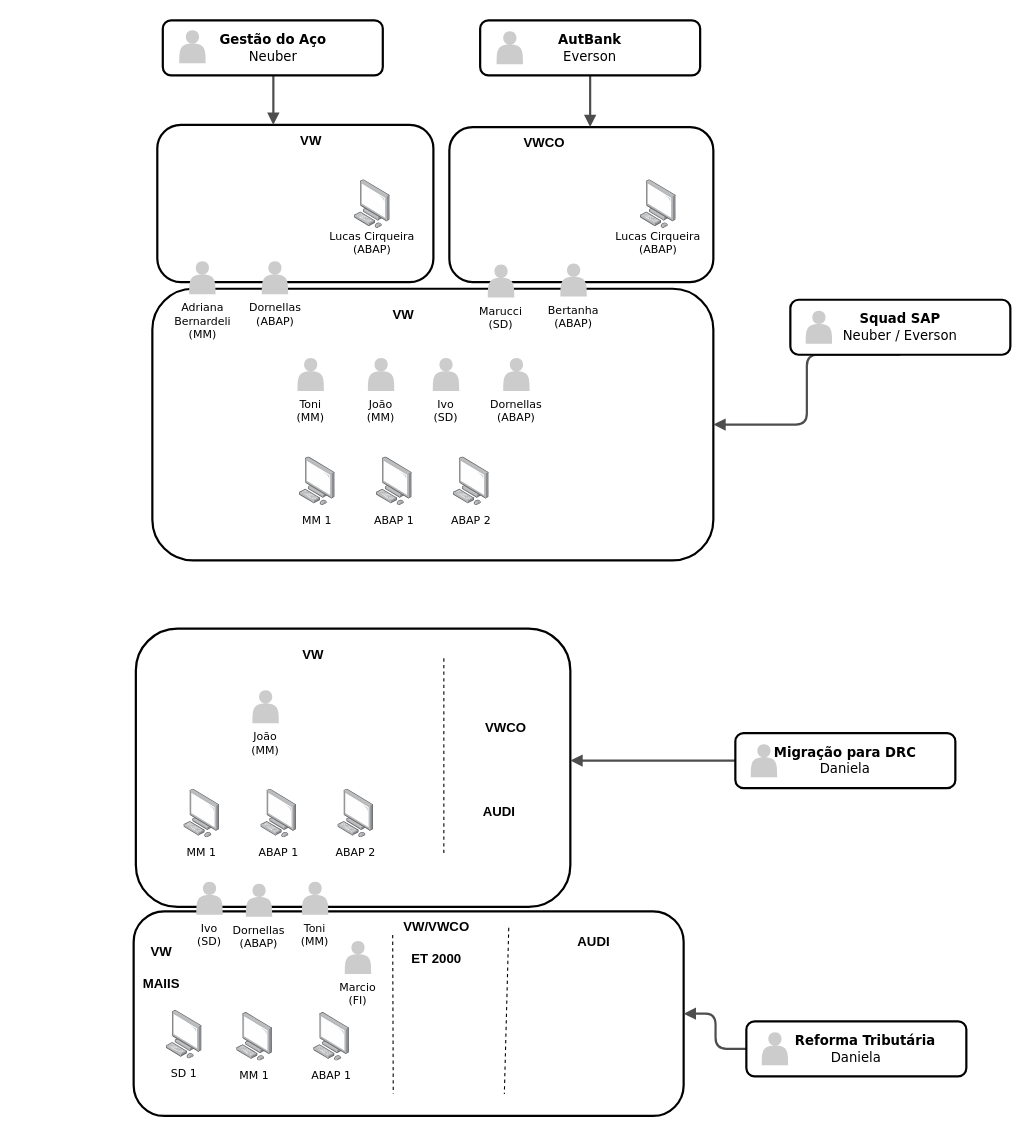
The draw.io diagram Diagrama sem nome.drawio in leo-odilon/draw.io, before the edit. Source tidied: cells renumbered, new cells numbered last; positions are measured from the earlier drawing's top-left corner, leaving out a move shared by most shapes. Both pictures are drawn from the tidied source at 110%, with x=0, y=0 at pixel (106, 20).
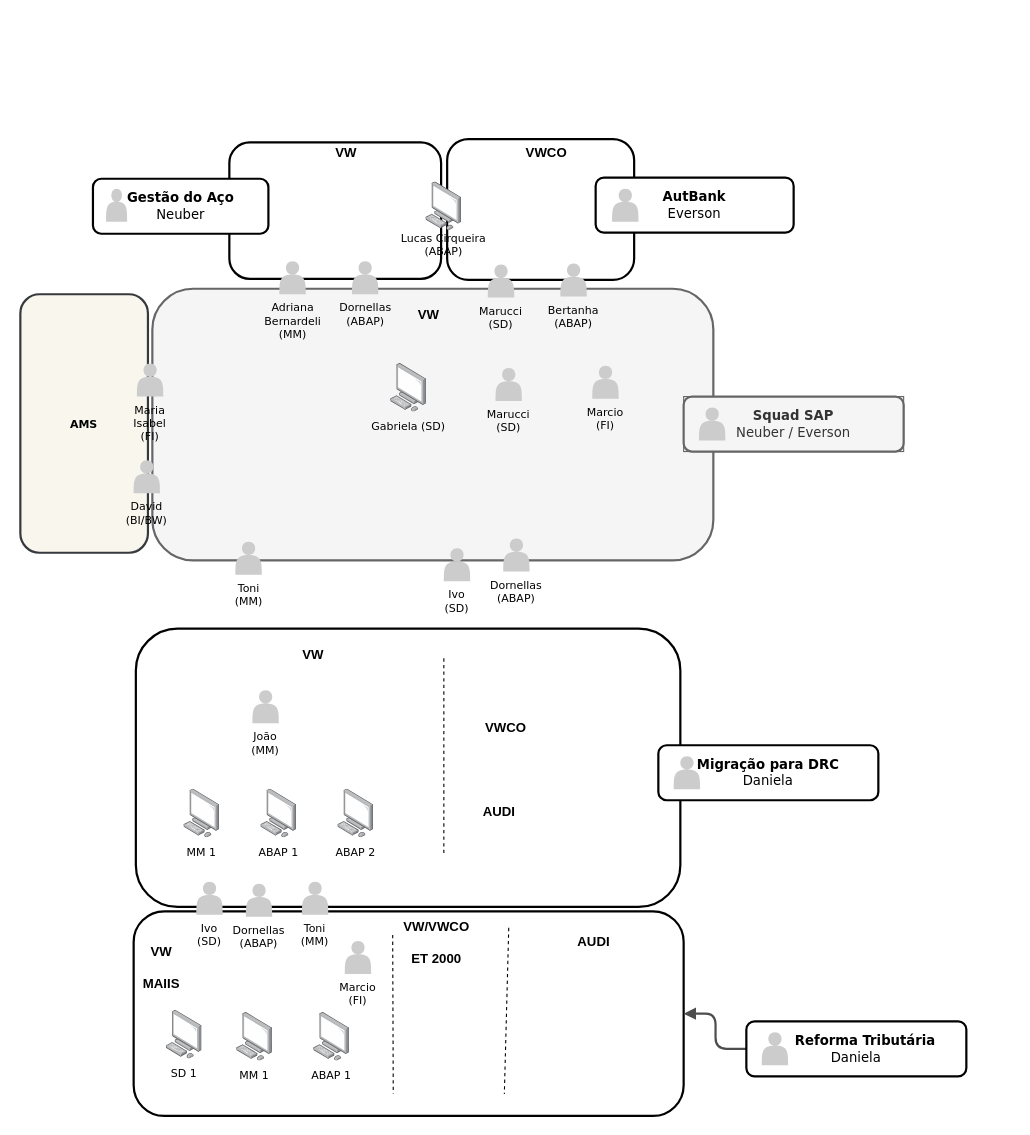
The same page after the edit.

Unchanged cells that the change refers to:
```xml
<mxCell id="80" value="&lt;span&gt;Migração para DRC&lt;/span&gt;&lt;div&gt;&lt;span style=&quot;font-weight: normal&quot;&gt;Daniela&lt;/span&gt;&lt;/div&gt;" style="whiteSpace=wrap;html=1;rounded=1;shadow=0;comic=0;strokeWidth=2;fontFamily=Verdana;align=center;fontSize=12;fontStyle=1;" parent="79" vertex="1">
  <mxGeometry width="200" height="50" as="geometry" />
</mxCell>
```

The edit, as a diff of the source:
```diff
@@
+    <mxCell id="85" value="AMS" style="whiteSpace=wrap;html=1;rounded=1;shadow=0;comic=0;strokeWidth=2;fontFamily=Verdana;align=center;fontSize=10;fontStyle=1;fillColor=#f9f7ed;strokeColor=#36393d;" parent="1" vertex="1">
+      <mxGeometry x="-78" y="249" width="116" height="235" as="geometry" />
+    </mxCell>
@@
     <mxCell id="11" style="whiteSpace=wrap;html=1;rounded=1;shadow=0;comic=0;strokeWidth=2;fontFamily=Verdana;align=center;fontSize=10;" parent="1" vertex="1">
-      <mxGeometry x="27" y="553" width="395" height="253" as="geometry" />
+      <mxGeometry x="27" y="553" width="495" height="253" as="geometry" />
     </mxCell>
@@
-    <mxCell id="22" style="edgeStyle=elbowEdgeStyle;rounded=1;html=1;labelBackgroundColor=none;endArrow=block;endFill=1;strokeColor=#4D4D4D;strokeWidth=2;fontFamily=Verdana;fontSize=10;exitX=0;exitY=0.5;exitDx=0;exitDy=0;entryX=1;entryY=0.474;entryDx=0;entryDy=0;entryPerimeter=0;" parent="1" edge="1" source="80" target="11">
-      <mxGeometry relative="1" as="geometry" />
-    </mxCell>
@@
-    <mxCell id="36" style="whiteSpace=wrap;html=1;rounded=1;shadow=0;comic=0;strokeWidth=2;fontFamily=Verdana;align=center;fontSize=10;" parent="1" vertex="1">
+    <mxCell id="36" style="whiteSpace=wrap;html=1;rounded=1;shadow=0;comic=0;strokeWidth=2;fontFamily=Verdana;align=center;fontSize=10;fillColor=#f5f5f5;fontColor=#333333;strokeColor=#666666;" parent="1" vertex="1">
       <mxGeometry x="42" y="244" width="510" height="247" as="geometry" />
     </mxCell>
     <mxCell id="37" value="Toni (MM)" style="shape=actor;whiteSpace=wrap;html=1;rounded=0;shadow=0;comic=0;strokeWidth=1;fillColor=#CCCCCC;fontFamily=Verdana;align=center;strokeColor=none;labelPosition=center;verticalLabelPosition=bottom;verticalAlign=top;fontSize=10;" parent="1" vertex="1">
-      <mxGeometry x="174" y="307" width="24" height="30" as="geometry" />
+      <mxGeometry x="117.5" y="474" width="24" height="30" as="geometry" />
     </mxCell>
-    <mxCell id="38" value="João (MM)" style="shape=actor;whiteSpace=wrap;html=1;rounded=0;shadow=0;comic=0;strokeWidth=1;fillColor=#CCCCCC;fontFamily=Verdana;align=center;strokeColor=none;labelPosition=center;verticalLabelPosition=bottom;verticalAlign=top;fontSize=10;" parent="1" vertex="1">
-      <mxGeometry x="238" y="307" width="24" height="30" as="geometry" />
+    <mxCell id="38" value="Marcio (FI)" style="shape=actor;whiteSpace=wrap;html=1;rounded=0;shadow=0;comic=0;strokeWidth=1;fillColor=#CCCCCC;fontFamily=Verdana;align=center;strokeColor=none;labelPosition=center;verticalLabelPosition=bottom;verticalAlign=top;fontSize=10;" parent="1" vertex="1">
+      <mxGeometry x="442" y="314" width="24" height="30" as="geometry" />
     </mxCell>
-    <mxCell id="39" value="Ivo (SD)" style="shape=actor;whiteSpace=wrap;html=1;rounded=0;shadow=0;comic=0;strokeWidth=1;fillColor=#CCCCCC;fontFamily=Verdana;align=center;strokeColor=none;labelPosition=center;verticalLabelPosition=bottom;verticalAlign=top;fontSize=10;" parent="1" vertex="1">
-      <mxGeometry x="297" y="307" width="24" height="30" as="geometry" />
-    </mxCell>
     <mxCell id="40" style="whiteSpace=wrap;html=1;rounded=1;shadow=0;comic=0;strokeWidth=2;fontFamily=Verdana;align=center;fontSize=10;" parent="1" vertex="1">
-      <mxGeometry x="46.5" y="95" width="251" height="143" as="geometry" />
+      <mxGeometry x="112" y="111" width="192.5" height="124" as="geometry" />
     </mxCell>
-    <mxCell id="41" style="edgeStyle=elbowEdgeStyle;rounded=1;html=1;labelBackgroundColor=none;endArrow=block;endFill=1;strokeColor=#4D4D4D;strokeWidth=2;fontFamily=Verdana;fontSize=10;" parent="1" edge="1" source="66" target="40">
-      <mxGeometry relative="1" as="geometry" />
-    </mxCell>
     <mxCell id="42" value="&lt;font style=&quot;font-size: 12px;&quot;&gt;VW&lt;br&gt;&lt;/font&gt;" style="text;strokeColor=none;fillColor=none;html=1;fontSize=24;fontStyle=1;verticalAlign=middle;align=center;" parent="1" vertex="1">
-      <mxGeometry x="135.5" y="86" width="100" height="40" as="geometry" />
+      <mxGeometry x="168" y="97" width="100" height="40" as="geometry" />
     </mxCell>
-    <mxCell id="43" style="edgeStyle=elbowEdgeStyle;rounded=1;html=1;labelBackgroundColor=none;endArrow=block;endFill=1;strokeColor=#4D4D4D;strokeWidth=2;fontFamily=Verdana;fontSize=10;exitX=0.5;exitY=1;exitDx=0;exitDy=0;entryX=1;entryY=0.5;entryDx=0;entryDy=0;" parent="1" edge="1" source="72" target="36">
-      <mxGeometry relative="1" as="geometry" />
-    </mxCell>
     <mxCell id="44" value="Dornellas (ABAP)" style="shape=actor;whiteSpace=wrap;html=1;rounded=0;shadow=0;comic=0;strokeWidth=1;fillColor=#CCCCCC;fontFamily=Verdana;align=center;strokeColor=none;labelPosition=center;verticalLabelPosition=bottom;verticalAlign=top;fontSize=10;" parent="1" vertex="1">
-      <mxGeometry x="361" y="307" width="24" height="30" as="geometry" />
+      <mxGeometry x="361" y="471" width="24" height="30" as="geometry" />
     </mxCell>
     <mxCell id="45" style="group;" parent="1" vertex="1">
-      <mxGeometry x="147" y="397" width="90" height="69.2" as="geometry" />
+      <mxGeometry x="230" y="312" width="90" height="69.2" as="geometry" />
     </mxCell>
-    <mxCell id="46" value="MM 1" style="text;html=1;strokeColor=none;fillColor=none;align=center;verticalAlign=middle;whiteSpace=wrap;rounded=1;shadow=0;comic=0;fontFamily=Verdana;fontSize=10;" parent="45" vertex="1">
+    <mxCell id="46" value="Gabriela (SD)" style="text;html=1;strokeColor=none;fillColor=none;align=center;verticalAlign=middle;whiteSpace=wrap;rounded=1;shadow=0;comic=0;fontFamily=Verdana;fontSize=10;" parent="45" vertex="1">
       <mxGeometry y="44.2" width="90" height="25" as="geometry" />
     </mxCell>
@@
-    <mxCell id="48" style="group;" parent="1" vertex="1">
-      <mxGeometry x="217" y="397" width="90" height="69.2" as="geometry" />
-    </mxCell>
-    <mxCell id="49" value="ABAP 1" style="text;html=1;strokeColor=none;fillColor=none;align=center;verticalAlign=middle;whiteSpace=wrap;rounded=1;shadow=0;comic=0;fontFamily=Verdana;fontSize=10;" parent="48" vertex="1">
-      <mxGeometry y="44.2" width="90" height="25" as="geometry" />
-    </mxCell>
-    <mxCell id="50" style="image;html=1;align=center;shadow=0;dashed=0;image=img/lib/allied_telesis/computer_and_terminals/Personal_Computer.svg;" parent="48" vertex="1">
-      <mxGeometry x="28.7" width="32.6" height="44.2" as="geometry" />
-    </mxCell>
-    <mxCell id="51" style="group;" parent="1" vertex="1">
-      <mxGeometry x="287" y="397" width="90" height="69.2" as="geometry" />
-    </mxCell>
-    <mxCell id="52" value="ABAP 2" style="text;html=1;strokeColor=none;fillColor=none;align=center;verticalAlign=middle;whiteSpace=wrap;rounded=1;shadow=0;comic=0;fontFamily=Verdana;fontSize=10;" parent="51" vertex="1">
-      <mxGeometry y="44.2" width="90" height="25" as="geometry" />
-    </mxCell>
-    <mxCell id="53" style="image;html=1;align=center;shadow=0;dashed=0;image=img/lib/allied_telesis/computer_and_terminals/Personal_Computer.svg;" parent="51" vertex="1">
-      <mxGeometry x="28.7" width="32.6" height="44.2" as="geometry" />
-    </mxCell>
     <mxCell id="54" value="&lt;font style=&quot;font-size: 12px;&quot;&gt;VW&lt;/font&gt;" style="text;strokeColor=none;fillColor=none;html=1;fontSize=24;fontStyle=1;verticalAlign=middle;align=center;" parent="1" vertex="1">
-      <mxGeometry x="220" y="244" width="100" height="40" as="geometry" />
+      <mxGeometry x="243" y="244" width="100" height="40" as="geometry" />
     </mxCell>
     <mxCell id="55" value="Adriana Bernardeli (MM)" style="shape=actor;whiteSpace=wrap;html=1;rounded=0;shadow=0;comic=0;strokeWidth=1;fillColor=#CCCCCC;fontFamily=Verdana;align=center;strokeColor=none;labelPosition=center;verticalLabelPosition=bottom;verticalAlign=top;fontSize=10;" parent="1" vertex="1">
-      <mxGeometry x="75.5" y="219" width="24" height="30" as="geometry" />
+      <mxGeometry x="157.5" y="219" width="24" height="30" as="geometry" />
     </mxCell>
     <mxCell id="56" value="Dornellas (ABAP)" style="shape=actor;whiteSpace=wrap;html=1;rounded=0;shadow=0;comic=0;strokeWidth=1;fillColor=#CCCCCC;fontFamily=Verdana;align=center;strokeColor=none;labelPosition=center;verticalLabelPosition=bottom;verticalAlign=top;fontSize=10;" parent="1" vertex="1">
-      <mxGeometry x="141.5" y="219" width="24" height="30" as="geometry" />
+      <mxGeometry x="223.5" y="219" width="24" height="30" as="geometry" />
     </mxCell>
     <mxCell id="57" style="whiteSpace=wrap;html=1;rounded=1;shadow=0;comic=0;strokeWidth=2;fontFamily=Verdana;align=center;fontSize=10;" parent="1" vertex="1">
-      <mxGeometry x="312" y="97" width="240" height="141" as="geometry" />
+      <mxGeometry x="310" y="108" width="170" height="128" as="geometry" />
     </mxCell>
-    <mxCell id="58" style="edgeStyle=elbowEdgeStyle;rounded=1;html=1;labelBackgroundColor=none;endArrow=block;endFill=1;strokeColor=#4D4D4D;strokeWidth=2;fontFamily=Verdana;fontSize=10;" parent="1" edge="1" source="69" target="57">
-      <mxGeometry relative="1" as="geometry" />
-    </mxCell>
     <mxCell id="59" value="&lt;font style=&quot;font-size: 12px;&quot;&gt;VWCO&lt;br&gt;&lt;/font&gt;" style="text;strokeColor=none;fillColor=none;html=1;fontSize=24;fontStyle=1;verticalAlign=middle;align=center;" parent="1" vertex="1">
-      <mxGeometry x="348" y="88" width="100" height="40" as="geometry" />
+      <mxGeometry x="350" y="97" width="100" height="40" as="geometry" />
     </mxCell>
@@
-    <mxCell id="62" style="group;" parent="1" vertex="1">
-      <mxGeometry x="457" y="145" width="90" height="69.2" as="geometry" />
-    </mxCell>
-    <mxCell id="63" value="Lucas Cirqueira (ABAP)" style="text;html=1;strokeColor=none;fillColor=none;align=center;verticalAlign=middle;whiteSpace=wrap;rounded=1;shadow=0;comic=0;fontFamily=Verdana;fontSize=10;" parent="62" vertex="1">
-      <mxGeometry y="44.2" width="90" height="25" as="geometry" />
-    </mxCell>
-    <mxCell id="64" style="image;html=1;align=center;shadow=0;dashed=0;image=img/lib/allied_telesis/computer_and_terminals/Personal_Computer.svg;" parent="62" vertex="1">
-      <mxGeometry x="28.7" width="32.6" height="44.2" as="geometry" />
-    </mxCell>
     <mxCell id="65" style="group;" parent="1" vertex="1">
-      <mxGeometry x="51.5" width="200" height="50" as="geometry" />
+      <mxGeometry x="-12" y="144" width="159.5" height="50" as="geometry" />
     </mxCell>
     <mxCell id="66" value="Gestão do Aço&lt;div&gt;&lt;span style=&quot;font-weight: normal;&quot;&gt;Neuber&lt;/span&gt;&lt;/div&gt;" style="whiteSpace=wrap;html=1;rounded=1;shadow=0;comic=0;strokeWidth=2;fontFamily=Verdana;align=center;fontSize=12;fontStyle=1;" parent="65" vertex="1">
-      <mxGeometry width="200" height="50" as="geometry" />
+      <mxGeometry width="159.5" height="50" as="geometry" />
     </mxCell>
     <mxCell id="67" style="shape=actor;whiteSpace=wrap;html=1;rounded=0;shadow=0;comic=0;strokeWidth=1;fillColor=#CCCCCC;fontFamily=Verdana;align=center;strokeColor=none;fontSize=12;fontStyle=1;" parent="65" vertex="1">
-      <mxGeometry x="15" y="9" width="24" height="30" as="geometry" />
+      <mxGeometry x="12" y="9" width="19.1" height="30" as="geometry" />
     </mxCell>
     <mxCell id="68" style="group;" parent="1" vertex="1">
-      <mxGeometry x="340" width="200" height="50" as="geometry" />
+      <mxGeometry x="445" y="143" width="200" height="50" as="geometry" />
     </mxCell>
     <mxCell id="69" value="AutBank&lt;div&gt;&lt;span style=&quot;font-weight: normal;&quot;&gt;Everson&lt;/span&gt;&lt;/div&gt;" style="whiteSpace=wrap;html=1;rounded=1;shadow=0;comic=0;strokeWidth=2;fontFamily=Verdana;align=center;fontSize=12;fontStyle=1;" parent="68" vertex="1">
-      <mxGeometry width="200" height="50" as="geometry" />
+      <mxGeometry width="180" height="50" as="geometry" />
     </mxCell>
@@
-    <mxCell id="71" style="group;" parent="1" vertex="1">
-      <mxGeometry x="622" y="254" width="200" height="50" as="geometry" />
+    <mxCell id="71" style="group;fillColor=#f5f5f5;fontColor=#333333;strokeColor=#666666;" parent="1" vertex="1">
+      <mxGeometry x="525" y="342" width="200" height="50" as="geometry" />
     </mxCell>
-    <mxCell id="72" value="Squad SAP&lt;br&gt;&lt;div&gt;&lt;span style=&quot;font-weight: normal&quot;&gt;Neuber / Everson&lt;/span&gt;&lt;/div&gt;" style="whiteSpace=wrap;html=1;rounded=1;shadow=0;comic=0;strokeWidth=2;fontFamily=Verdana;align=center;fontSize=12;fontStyle=1;" parent="71" vertex="1">
+    <mxCell id="72" value="Squad SAP&lt;br&gt;&lt;div&gt;&lt;span style=&quot;font-weight: normal&quot;&gt;Neuber / Everson&lt;/span&gt;&lt;/div&gt;" style="whiteSpace=wrap;html=1;rounded=1;shadow=0;comic=0;strokeWidth=2;fontFamily=Verdana;align=center;fontSize=12;fontStyle=1;fillColor=#f5f5f5;fontColor=#333333;strokeColor=#666666;" parent="71" vertex="1">
       <mxGeometry width="200" height="50" as="geometry" />
     </mxCell>
@@
     <mxCell id="79" style="group;" parent="1" vertex="1">
-      <mxGeometry x="572" y="648" width="200" height="50" as="geometry" />
+      <mxGeometry x="502" y="659" width="200" height="50" as="geometry" />
     </mxCell>
@@
     <mxCell id="82" style="group;" parent="1" vertex="1">
-      <mxGeometry x="197" y="145" width="90" height="69.2" as="geometry" />
+      <mxGeometry x="262" y="147" width="90" height="69.2" as="geometry" />
     </mxCell>
@@
+    <mxCell id="86" value="David (BI/BW)" style="shape=actor;whiteSpace=wrap;html=1;rounded=0;shadow=0;comic=0;strokeWidth=1;fillColor=#CCCCCC;fontFamily=Verdana;align=center;strokeColor=none;labelPosition=center;verticalLabelPosition=bottom;verticalAlign=top;fontSize=10;" parent="1" vertex="1">
+      <mxGeometry x="25" y="400" width="24" height="30" as="geometry" />
+    </mxCell>
+    <mxCell id="87" value="Maria Isabel (FI)" style="shape=actor;whiteSpace=wrap;html=1;rounded=0;shadow=0;comic=0;strokeWidth=1;fillColor=#CCCCCC;fontFamily=Verdana;align=center;strokeColor=none;labelPosition=center;verticalLabelPosition=bottom;verticalAlign=top;fontSize=10;" parent="1" vertex="1">
+      <mxGeometry x="28" y="312" width="24" height="30" as="geometry" />
+    </mxCell>
+    <mxCell id="39" value="Ivo (SD)" style="shape=actor;whiteSpace=wrap;html=1;rounded=0;shadow=0;comic=0;strokeWidth=1;fillColor=#CCCCCC;fontFamily=Verdana;align=center;strokeColor=none;labelPosition=center;verticalLabelPosition=bottom;verticalAlign=top;fontSize=10;" parent="1" vertex="1">
+      <mxGeometry x="307" y="480" width="24" height="30" as="geometry" />
+    </mxCell>
+    <mxCell id="88" value="Marucci (SD)" style="shape=actor;whiteSpace=wrap;html=1;rounded=0;shadow=0;comic=0;strokeWidth=1;fillColor=#CCCCCC;fontFamily=Verdana;align=center;strokeColor=none;labelPosition=center;verticalLabelPosition=bottom;verticalAlign=top;fontSize=10;" parent="1" vertex="1">
+      <mxGeometry x="354" y="316" width="24" height="30" as="geometry" />
+    </mxCell>
```
